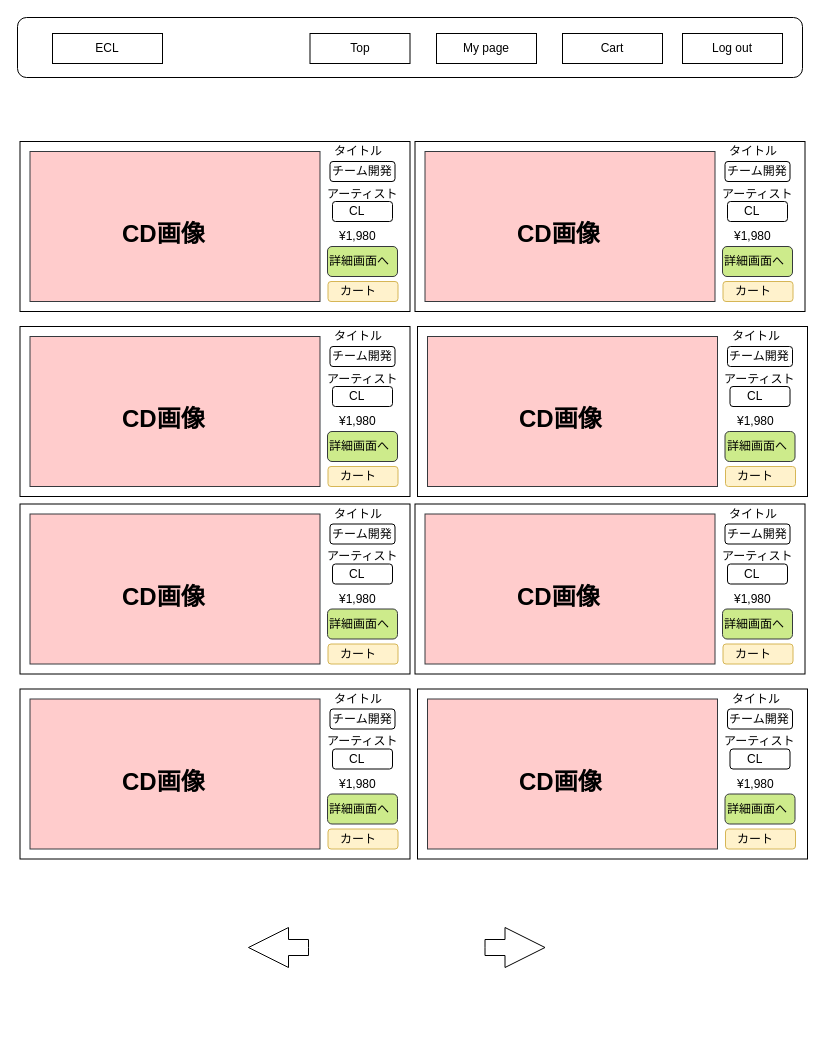
ecl11/ECL keeps this draw.io diagram as ワイヤーフレーム/user/user_item_list.drawio. Above is the earlier version. Source tidied: cells renumbered, new cells numbered last; positions are measured from the earlier drawing's top-left corner, leaving out a move shared by most shapes. Both pictures are drawn from the tidied source at 100%, with x=0, y=0 at pixel (17, 17).
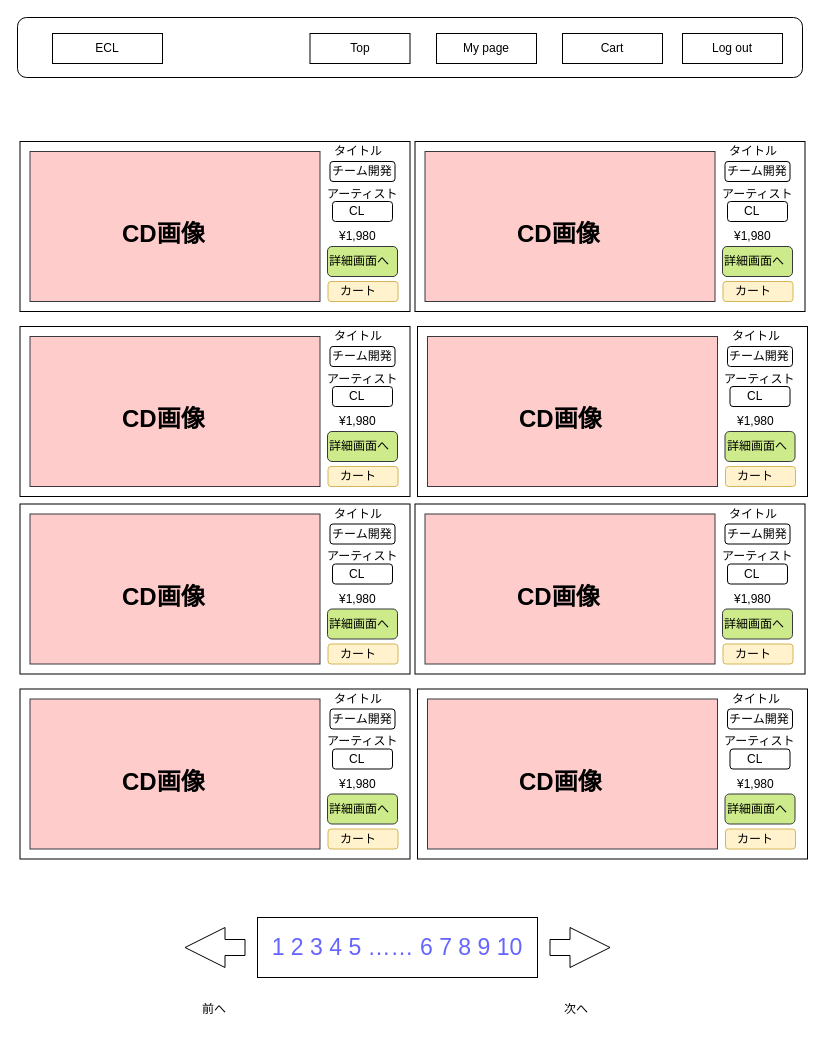
Above is the later version.

Commit message:
user_item_list.drawio を更新します

The edit, as a diff of the source:
```diff
@@
     <mxCell id="106" style="html=1;shadow=0;dashed=0;align=center;verticalAlign=middle;shape=mxgraph.arrows2.arrow;dy=0.6;dx=40;notch=0;" parent="1" vertex="1">
-      <mxGeometry x="467.5" y="910" width="60" height="40" as="geometry" />
+      <mxGeometry x="532.5" y="910" width="60" height="40" as="geometry" />
     </mxCell>
     <mxCell id="107" style="html=1;shadow=0;dashed=0;align=center;verticalAlign=middle;shape=mxgraph.arrows2.arrow;dy=0.6;dx=40;notch=0;rotation=180;" parent="1" vertex="1">
-      <mxGeometry x="231" y="910" width="60" height="40" as="geometry" />
+      <mxGeometry x="167.5" y="910" width="60" height="40" as="geometry" />
     </mxCell>
@@
+    <mxCell id="114" value="前へ" style="text;html=1;align=left;verticalAlign=top;spacingTop=-4;" parent="1" vertex="1">
+      <mxGeometry x="182.5" y="982" width="40" height="20" as="geometry" />
+    </mxCell>
+    <mxCell id="115" value="次へ" style="text;html=1;align=left;verticalAlign=top;spacingTop=-4;" parent="1" vertex="1">
+      <mxGeometry x="545" y="982" width="40" height="20" as="geometry" />
+    </mxCell>
+    <mxCell id="116" value="1 2 3 4 5 …… 6 7 8 9 10" style="rounded=0;whiteSpace=wrap;html=1;fontSize=23;align=center;fontColor=#6666FF;" parent="1" vertex="1">
+      <mxGeometry x="240" y="900" width="280" height="60" as="geometry" />
+    </mxCell>
```
